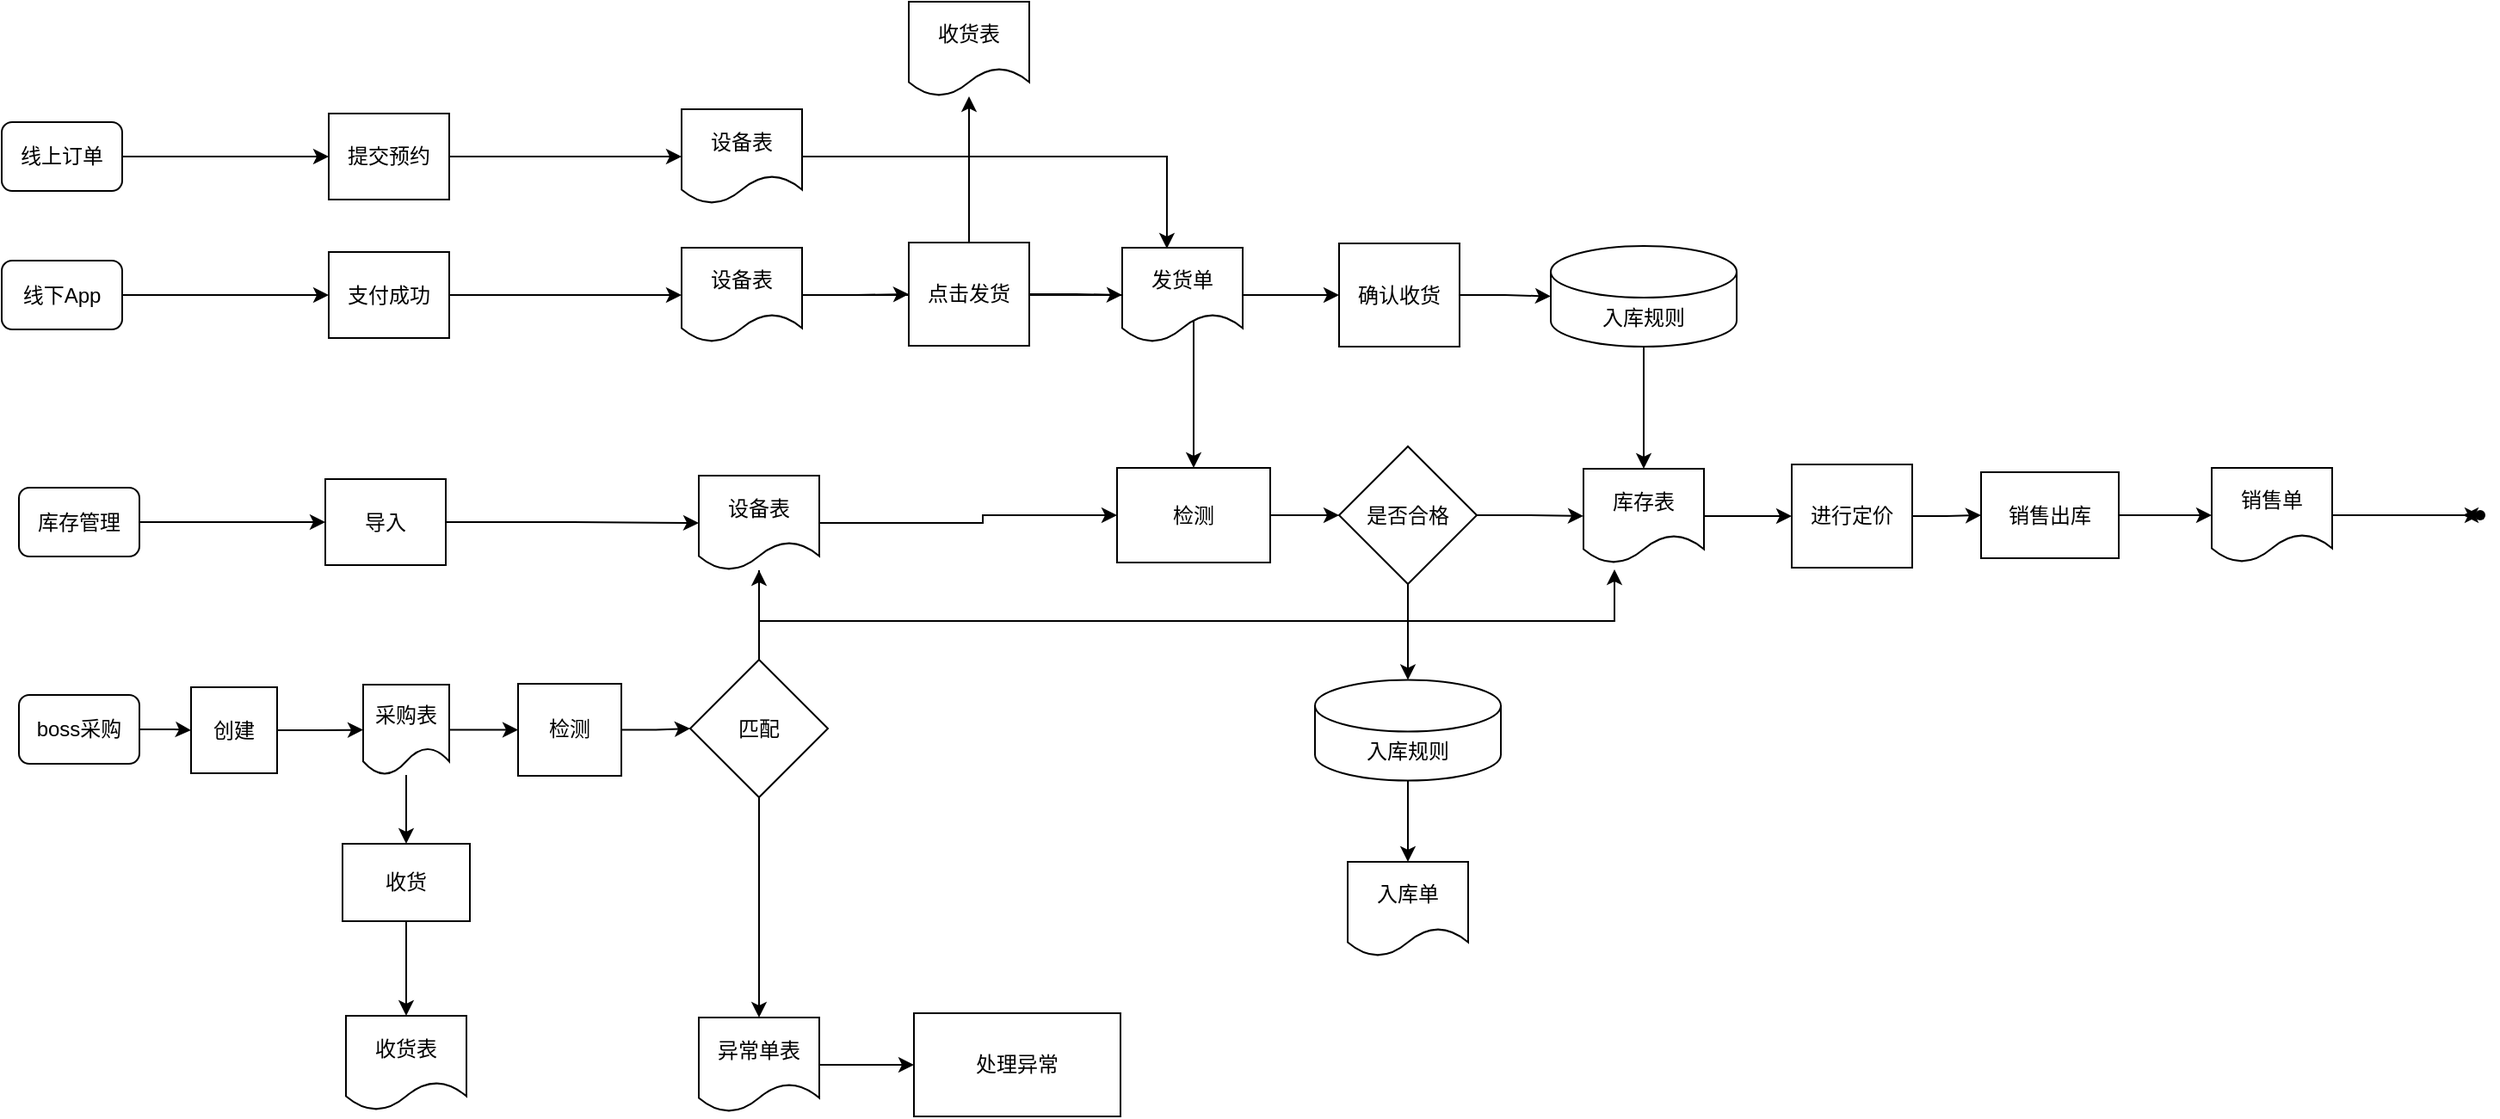
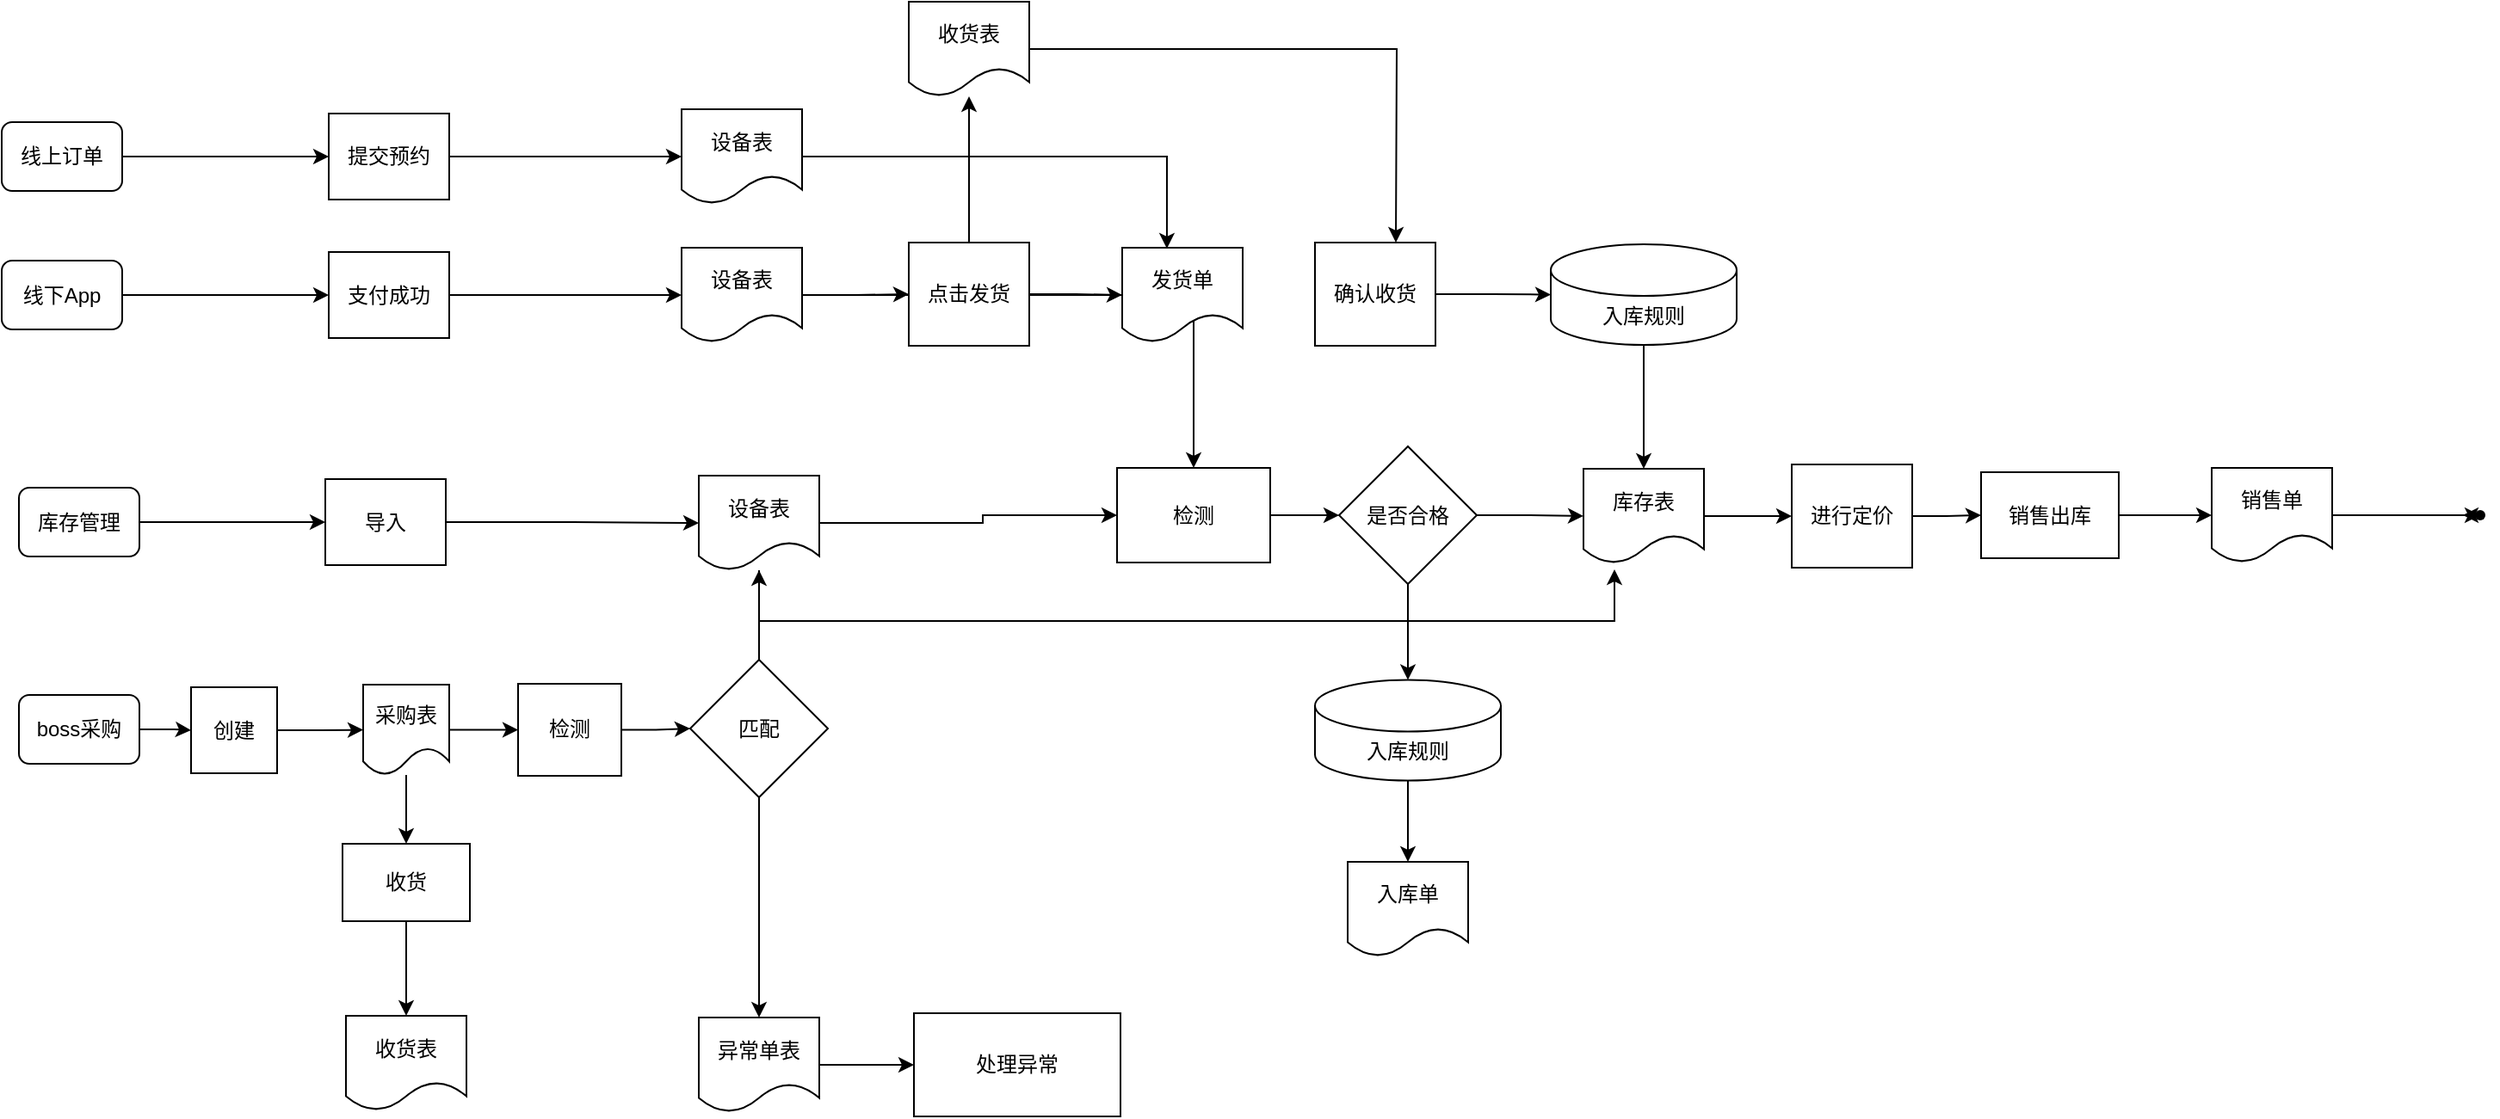
<mxfile host="app.diagrams.net">
  <diagram name="第 1 页" id="s3CgnVwbfZmktE_ADOAM">
    <mxGraphModel dx="1653" dy="738" grid="1" gridSize="10" guides="1" tooltips="1" connect="1" arrows="1" fold="1" page="1" pageScale="1" pageWidth="827" pageHeight="1169" math="0" shadow="0">
      <root>
        <mxCell id="0" />
        <mxCell id="1" parent="0" />
        <mxCell id="9bAV4iDaCewVaVFpZhyE-6" edge="1" parent="1" source="9bAV4iDaCewVaVFpZhyE-1" style="edgeStyle=orthogonalEdgeStyle;rounded=0;orthogonalLoop=1;jettySize=auto;html=1;entryX=0;entryY=0.5;entryDx=0;entryDy=0;" target="9bAV4iDaCewVaVFpZhyE-5">
          <mxGeometry relative="1" as="geometry" />
        </mxCell>
        <mxCell id="9bAV4iDaCewVaVFpZhyE-1" parent="1" style="rounded=1;whiteSpace=wrap;html=1;" value="线上订单" vertex="1">
          <mxGeometry height="40" width="70" x="100" y="200" as="geometry" />
        </mxCell>
        <mxCell id="9bAV4iDaCewVaVFpZhyE-8" edge="1" parent="1" source="9bAV4iDaCewVaVFpZhyE-2" style="edgeStyle=orthogonalEdgeStyle;rounded=0;orthogonalLoop=1;jettySize=auto;html=1;entryX=0;entryY=0.5;entryDx=0;entryDy=0;" target="9bAV4iDaCewVaVFpZhyE-7">
          <mxGeometry relative="1" as="geometry" />
        </mxCell>
        <mxCell id="9bAV4iDaCewVaVFpZhyE-2" parent="1" style="rounded=1;whiteSpace=wrap;html=1;" value="线下App" vertex="1">
          <mxGeometry height="40" width="70" x="100" y="280.5" as="geometry" />
        </mxCell>
        <mxCell id="9bAV4iDaCewVaVFpZhyE-18" edge="1" parent="1" source="9bAV4iDaCewVaVFpZhyE-4" style="edgeStyle=orthogonalEdgeStyle;rounded=0;orthogonalLoop=1;jettySize=auto;html=1;entryX=0;entryY=0.5;entryDx=0;entryDy=0;" target="9bAV4iDaCewVaVFpZhyE-17">
          <mxGeometry relative="1" as="geometry" />
        </mxCell>
        <mxCell id="9bAV4iDaCewVaVFpZhyE-4" parent="1" style="rounded=1;whiteSpace=wrap;html=1;" value="boss采购" vertex="1">
          <mxGeometry height="40" width="70" x="110" y="533" as="geometry" />
        </mxCell>
        <mxCell id="9bAV4iDaCewVaVFpZhyE-13" edge="1" parent="1" source="9bAV4iDaCewVaVFpZhyE-5" style="edgeStyle=orthogonalEdgeStyle;rounded=0;orthogonalLoop=1;jettySize=auto;html=1;entryX=0;entryY=0.5;entryDx=0;entryDy=0;" target="9bAV4iDaCewVaVFpZhyE-10">
          <mxGeometry relative="1" as="geometry" />
        </mxCell>
        <mxCell id="9bAV4iDaCewVaVFpZhyE-5" parent="1" style="rounded=0;whiteSpace=wrap;html=1;" value="提交预约" vertex="1">
          <mxGeometry height="50" width="70" x="290" y="195" as="geometry" />
        </mxCell>
        <mxCell id="9bAV4iDaCewVaVFpZhyE-14" edge="1" parent="1" source="9bAV4iDaCewVaVFpZhyE-7" style="edgeStyle=orthogonalEdgeStyle;rounded=0;orthogonalLoop=1;jettySize=auto;html=1;entryX=0;entryY=0.5;entryDx=0;entryDy=0;" target="9bAV4iDaCewVaVFpZhyE-11">
          <mxGeometry relative="1" as="geometry" />
        </mxCell>
        <mxCell id="9bAV4iDaCewVaVFpZhyE-7" parent="1" style="rounded=0;whiteSpace=wrap;html=1;" value="支付成功" vertex="1">
          <mxGeometry height="50" width="70" x="290" y="275.5" as="geometry" />
        </mxCell>
        <mxCell id="GVKssT9AvyQaVMVPeHK4-81" edge="1" parent="1" source="9bAV4iDaCewVaVFpZhyE-9" style="edgeStyle=orthogonalEdgeStyle;rounded=0;orthogonalLoop=1;jettySize=auto;html=1;" target="GVKssT9AvyQaVMVPeHK4-80" value="">
          <mxGeometry relative="1" as="geometry" />
        </mxCell>
        <mxCell id="9bAV4iDaCewVaVFpZhyE-9" parent="1" style="rounded=0;whiteSpace=wrap;html=1;" value="收货" vertex="1">
          <mxGeometry height="45" width="74" x="298" y="619.5" as="geometry" />
        </mxCell>
        <mxCell id="9bAV4iDaCewVaVFpZhyE-10" parent="1" style="shape=document;whiteSpace=wrap;html=1;boundedLbl=1;" value="设备表" vertex="1">
          <mxGeometry height="55" width="70" x="495" y="192.5" as="geometry" />
        </mxCell>
        <mxCell id="GVKssT9AvyQaVMVPeHK4-16" edge="1" parent="1" source="9bAV4iDaCewVaVFpZhyE-11" style="edgeStyle=orthogonalEdgeStyle;rounded=0;orthogonalLoop=1;jettySize=auto;html=1;entryX=0.5;entryY=0;entryDx=0;entryDy=0;" target="GVKssT9AvyQaVMVPeHK4-11">
          <mxGeometry relative="1" as="geometry" />
        </mxCell>
        <mxCell id="GVKssT9AvyQaVMVPeHK4-46" edge="1" parent="1" source="9bAV4iDaCewVaVFpZhyE-11" style="edgeStyle=orthogonalEdgeStyle;rounded=0;orthogonalLoop=1;jettySize=auto;html=1;entryX=0;entryY=0.5;entryDx=0;entryDy=0;" target="GVKssT9AvyQaVMVPeHK4-45">
          <mxGeometry relative="1" as="geometry" />
        </mxCell>
        <mxCell id="9bAV4iDaCewVaVFpZhyE-11" parent="1" style="shape=document;whiteSpace=wrap;html=1;boundedLbl=1;" value="设备表" vertex="1">
          <mxGeometry height="55" width="70" x="495" y="273" as="geometry" />
        </mxCell>
        <mxCell id="9bAV4iDaCewVaVFpZhyE-20" edge="1" parent="1" source="9bAV4iDaCewVaVFpZhyE-17" style="edgeStyle=orthogonalEdgeStyle;rounded=0;orthogonalLoop=1;jettySize=auto;html=1;entryX=0;entryY=0.5;entryDx=0;entryDy=0;" target="9bAV4iDaCewVaVFpZhyE-19">
          <mxGeometry relative="1" as="geometry" />
        </mxCell>
        <mxCell id="9bAV4iDaCewVaVFpZhyE-17" parent="1" style="rounded=0;whiteSpace=wrap;html=1;" value="创建" vertex="1">
          <mxGeometry height="50" width="50" x="210" y="528.5" as="geometry" />
        </mxCell>
        <mxCell id="GVKssT9AvyQaVMVPeHK4-70" edge="1" parent="1" source="9bAV4iDaCewVaVFpZhyE-19" style="edgeStyle=orthogonalEdgeStyle;rounded=0;orthogonalLoop=1;jettySize=auto;html=1;" target="9bAV4iDaCewVaVFpZhyE-9" value="">
          <mxGeometry relative="1" as="geometry" />
        </mxCell>
        <mxCell id="GVKssT9AvyQaVMVPeHK4-86" edge="1" parent="1" source="9bAV4iDaCewVaVFpZhyE-19" style="edgeStyle=orthogonalEdgeStyle;rounded=0;orthogonalLoop=1;jettySize=auto;html=1;" target="GVKssT9AvyQaVMVPeHK4-85" value="">
          <mxGeometry relative="1" as="geometry" />
        </mxCell>
        <mxCell id="9bAV4iDaCewVaVFpZhyE-19" parent="1" style="shape=document;whiteSpace=wrap;html=1;boundedLbl=1;" value="采购表" vertex="1">
          <mxGeometry height="52.5" width="50" x="310" y="527" as="geometry" />
        </mxCell>
        <mxCell id="GVKssT9AvyQaVMVPeHK4-67" edge="1" parent="1" source="GVKssT9AvyQaVMVPeHK4-10" style="edgeStyle=orthogonalEdgeStyle;rounded=0;orthogonalLoop=1;jettySize=auto;html=1;" target="GVKssT9AvyQaVMVPeHK4-13" value="">
          <mxGeometry relative="1" as="geometry" />
        </mxCell>
        <mxCell id="8hWod6TTKWvcKmEvH4T0-7" edge="1" parent="1" source="GVKssT9AvyQaVMVPeHK4-10" style="edgeStyle=orthogonalEdgeStyle;rounded=0;orthogonalLoop=1;jettySize=auto;html=1;" target="8hWod6TTKWvcKmEvH4T0-6" value="">
          <mxGeometry relative="1" as="geometry" />
        </mxCell>
        <mxCell id="GVKssT9AvyQaVMVPeHK4-10" parent="1" style="rhombus;whiteSpace=wrap;html=1;" value="是否合格" vertex="1">
          <mxGeometry height="80" width="80" x="877" y="388.5" as="geometry" />
        </mxCell>
        <mxCell id="GVKssT9AvyQaVMVPeHK4-74" edge="1" parent="1" source="GVKssT9AvyQaVMVPeHK4-11" style="edgeStyle=orthogonalEdgeStyle;rounded=0;orthogonalLoop=1;jettySize=auto;html=1;" target="GVKssT9AvyQaVMVPeHK4-10" value="">
          <mxGeometry relative="1" as="geometry" />
        </mxCell>
        <mxCell id="GVKssT9AvyQaVMVPeHK4-11" parent="1" style="rounded=0;whiteSpace=wrap;html=1;" value="&lt;span style=&quot;text-align: left;&quot;&gt;检测&lt;/span&gt;" vertex="1">
          <mxGeometry height="55" width="89" x="748" y="401" as="geometry" />
        </mxCell>
        <mxCell id="GVKssT9AvyQaVMVPeHK4-60" edge="1" parent="1" source="GVKssT9AvyQaVMVPeHK4-13" style="edgeStyle=orthogonalEdgeStyle;rounded=0;orthogonalLoop=1;jettySize=auto;html=1;" target="GVKssT9AvyQaVMVPeHK4-19" value="">
          <mxGeometry relative="1" as="geometry" />
        </mxCell>
        <mxCell id="GVKssT9AvyQaVMVPeHK4-13" parent="1" style="shape=document;whiteSpace=wrap;html=1;boundedLbl=1;" value="库存表" vertex="1">
          <mxGeometry height="55" width="70" x="1019" y="401.5" as="geometry" />
        </mxCell>
        <mxCell id="GVKssT9AvyQaVMVPeHK4-22" edge="1" parent="1" source="GVKssT9AvyQaVMVPeHK4-19" style="edgeStyle=orthogonalEdgeStyle;rounded=0;orthogonalLoop=1;jettySize=auto;html=1;" target="GVKssT9AvyQaVMVPeHK4-21" value="">
          <mxGeometry relative="1" as="geometry" />
        </mxCell>
        <mxCell id="GVKssT9AvyQaVMVPeHK4-19" parent="1" style="rounded=0;whiteSpace=wrap;html=1;" value="进行定价" vertex="1">
          <mxGeometry height="60" width="70" x="1140" y="399" as="geometry" />
        </mxCell>
        <mxCell id="GVKssT9AvyQaVMVPeHK4-25" edge="1" parent="1" source="GVKssT9AvyQaVMVPeHK4-21" style="edgeStyle=orthogonalEdgeStyle;rounded=0;orthogonalLoop=1;jettySize=auto;html=1;" target="GVKssT9AvyQaVMVPeHK4-24" value="">
          <mxGeometry relative="1" as="geometry" />
        </mxCell>
        <mxCell id="GVKssT9AvyQaVMVPeHK4-21" parent="1" style="whiteSpace=wrap;html=1;rounded=0;" value="销售出库" vertex="1">
          <mxGeometry height="50" width="80" x="1250" y="403.5" as="geometry" />
        </mxCell>
        <mxCell id="GVKssT9AvyQaVMVPeHK4-62" edge="1" parent="1" source="GVKssT9AvyQaVMVPeHK4-61" style="edgeStyle=orthogonalEdgeStyle;rounded=0;orthogonalLoop=1;jettySize=auto;html=1;" value="">
          <mxGeometry relative="1" as="geometry">
            <mxPoint x="1530" y="429" as="targetPoint" />
          </mxGeometry>
        </mxCell>
        <mxCell id="GVKssT9AvyQaVMVPeHK4-24" parent="1" style="shape=document;whiteSpace=wrap;html=1;boundedLbl=1;" value="销售单" vertex="1">
          <mxGeometry height="55" width="70" x="1384" y="401" as="geometry" />
        </mxCell>
-         <mxCell id="GVKssT9AvyQaVMVPeHK4-50" edge="1" parent="1" source="GVKssT9AvyQaVMVPeHK4-26" style="edgeStyle=orthogonalEdgeStyle;rounded=0;orthogonalLoop=1;jettySize=auto;html=1;" target="GVKssT9AvyQaVMVPeHK4-49" value="">
-           <mxGeometry relative="1" as="geometry" />
-         </mxCell>
        <mxCell id="GVKssT9AvyQaVMVPeHK4-26" parent="1" style="shape=document;whiteSpace=wrap;html=1;boundedLbl=1;" value="发货单" vertex="1">
          <mxGeometry height="55" width="70" x="751" y="273" as="geometry" />
        </mxCell>
        <mxCell id="GVKssT9AvyQaVMVPeHK4-30" edge="1" parent="1" source="9bAV4iDaCewVaVFpZhyE-2" style="edgeStyle=orthogonalEdgeStyle;rounded=0;orthogonalLoop=1;jettySize=auto;html=1;exitX=0.5;exitY=1;exitDx=0;exitDy=0;" target="9bAV4iDaCewVaVFpZhyE-2">
          <mxGeometry relative="1" as="geometry" />
        </mxCell>
        <mxCell id="GVKssT9AvyQaVMVPeHK4-31" edge="1" parent="1" style="edgeStyle=orthogonalEdgeStyle;rounded=0;orthogonalLoop=1;jettySize=auto;html=1;exitX=0.5;exitY=1;exitDx=0;exitDy=0;">
          <mxGeometry relative="1" as="geometry">
            <mxPoint x="200" y="390" as="sourcePoint" />
            <mxPoint x="200" y="390" as="targetPoint" />
          </mxGeometry>
        </mxCell>
        <mxCell id="GVKssT9AvyQaVMVPeHK4-34" edge="1" parent="1" source="GVKssT9AvyQaVMVPeHK4-32" style="edgeStyle=orthogonalEdgeStyle;rounded=0;orthogonalLoop=1;jettySize=auto;html=1;entryX=0;entryY=0.5;entryDx=0;entryDy=0;" target="GVKssT9AvyQaVMVPeHK4-33">
          <mxGeometry relative="1" as="geometry" />
        </mxCell>
        <mxCell id="GVKssT9AvyQaVMVPeHK4-32" parent="1" style="rounded=1;whiteSpace=wrap;html=1;" value="库存管理" vertex="1">
          <mxGeometry height="40" width="70" x="110" y="412.5" as="geometry" />
        </mxCell>
        <mxCell id="GVKssT9AvyQaVMVPeHK4-33" parent="1" style="rounded=0;whiteSpace=wrap;html=1;" value="导入" vertex="1">
          <mxGeometry height="50" width="70" x="288" y="407.5" as="geometry" />
        </mxCell>
        <mxCell id="GVKssT9AvyQaVMVPeHK4-39" edge="1" parent="1" style="edgeStyle=orthogonalEdgeStyle;rounded=0;orthogonalLoop=1;jettySize=auto;html=1;exitX=0.5;exitY=1;exitDx=0;exitDy=0;">
          <mxGeometry relative="1" as="geometry">
            <mxPoint x="133" y="453.5" as="sourcePoint" />
            <mxPoint x="133" y="453.5" as="targetPoint" />
          </mxGeometry>
        </mxCell>
        <mxCell id="GVKssT9AvyQaVMVPeHK4-75" edge="1" parent="1" source="GVKssT9AvyQaVMVPeHK4-40" style="edgeStyle=orthogonalEdgeStyle;rounded=0;orthogonalLoop=1;jettySize=auto;html=1;">
          <mxGeometry relative="1" as="geometry">
            <Array as="points">
              <mxPoint x="540" y="490" />
              <mxPoint x="1037" y="490" />
            </Array>
            <mxPoint x="1037" y="460" as="targetPoint" />
          </mxGeometry>
        </mxCell>
        <mxCell id="GVKssT9AvyQaVMVPeHK4-94" edge="1" parent="1" source="GVKssT9AvyQaVMVPeHK4-40" style="edgeStyle=orthogonalEdgeStyle;rounded=0;orthogonalLoop=1;jettySize=auto;html=1;entryX=0;entryY=0.5;entryDx=0;entryDy=0;" target="GVKssT9AvyQaVMVPeHK4-11">
          <mxGeometry relative="1" as="geometry">
            <Array as="points">
              <mxPoint x="670" y="433" />
              <mxPoint x="670" y="429" />
            </Array>
          </mxGeometry>
        </mxCell>
        <mxCell id="GVKssT9AvyQaVMVPeHK4-40" parent="1" style="shape=document;whiteSpace=wrap;html=1;boundedLbl=1;" value="设备表" vertex="1">
          <mxGeometry height="55" width="70" x="505" y="405.5" as="geometry" />
        </mxCell>
        <mxCell id="GVKssT9AvyQaVMVPeHK4-41" edge="1" parent="1" source="GVKssT9AvyQaVMVPeHK4-33" style="edgeStyle=orthogonalEdgeStyle;rounded=0;orthogonalLoop=1;jettySize=auto;html=1;entryX=0;entryY=0.5;entryDx=0;entryDy=0;" target="GVKssT9AvyQaVMVPeHK4-40">
          <mxGeometry relative="1" as="geometry" />
        </mxCell>
        <mxCell id="GVKssT9AvyQaVMVPeHK4-47" edge="1" parent="1" source="GVKssT9AvyQaVMVPeHK4-45" style="edgeStyle=orthogonalEdgeStyle;rounded=0;orthogonalLoop=1;jettySize=auto;html=1;entryX=0;entryY=0.5;entryDx=0;entryDy=0;" target="GVKssT9AvyQaVMVPeHK4-26">
          <mxGeometry relative="1" as="geometry" />
        </mxCell>
        <mxCell id="8hWod6TTKWvcKmEvH4T0-10" edge="1" parent="1" source="GVKssT9AvyQaVMVPeHK4-45" style="edgeStyle=orthogonalEdgeStyle;rounded=0;orthogonalLoop=1;jettySize=auto;html=1;" target="8hWod6TTKWvcKmEvH4T0-9" value="">
          <mxGeometry relative="1" as="geometry" />
        </mxCell>
        <mxCell id="GVKssT9AvyQaVMVPeHK4-45" parent="1" style="rounded=0;whiteSpace=wrap;html=1;" value="点击发货" vertex="1">
          <mxGeometry height="60" width="70" x="627" y="270" as="geometry" />
        </mxCell>
        <mxCell id="GVKssT9AvyQaVMVPeHK4-48" edge="1" parent="1" source="9bAV4iDaCewVaVFpZhyE-10" style="edgeStyle=orthogonalEdgeStyle;rounded=0;orthogonalLoop=1;jettySize=auto;html=1;entryX=0.371;entryY=0.009;entryDx=0;entryDy=0;entryPerimeter=0;" target="GVKssT9AvyQaVMVPeHK4-26">
          <mxGeometry relative="1" as="geometry" />
        </mxCell>
        <mxCell id="8hWod6TTKWvcKmEvH4T0-12" edge="1" parent="1" source="GVKssT9AvyQaVMVPeHK4-49" style="edgeStyle=orthogonalEdgeStyle;rounded=0;orthogonalLoop=1;jettySize=auto;html=1;" target="8hWod6TTKWvcKmEvH4T0-11" value="">
          <mxGeometry relative="1" as="geometry" />
        </mxCell>
        <mxCell id="GVKssT9AvyQaVMVPeHK4-49" parent="1" style="whiteSpace=wrap;html=1;" value="确认收货" vertex="1">
-           <mxGeometry height="60" width="70" x="877" y="270.5" as="geometry" />
+           <mxGeometry height="60" width="70" x="863" y="270" as="geometry" />
        </mxCell>
        <mxCell id="GVKssT9AvyQaVMVPeHK4-65" edge="1" parent="1" source="GVKssT9AvyQaVMVPeHK4-24" style="edgeStyle=orthogonalEdgeStyle;rounded=0;orthogonalLoop=1;jettySize=auto;html=1;" target="GVKssT9AvyQaVMVPeHK4-61" value="">
          <mxGeometry relative="1" as="geometry">
            <mxPoint x="1454" y="429" as="sourcePoint" />
            <mxPoint x="1530" y="429" as="targetPoint" />
          </mxGeometry>
        </mxCell>
        <mxCell id="GVKssT9AvyQaVMVPeHK4-61" parent="1" style="shape=waypoint;sketch=0;size=6;pointerEvents=1;points=[];fillColor=default;resizable=0;rotatable=0;perimeter=centerPerimeter;snapToPoint=1;" value="" vertex="1">
          <mxGeometry height="20" width="20" x="1530" y="418.5" as="geometry" />
        </mxCell>
        <mxCell id="GVKssT9AvyQaVMVPeHK4-80" parent="1" style="shape=document;whiteSpace=wrap;html=1;boundedLbl=1;" value="收货表" vertex="1">
          <mxGeometry height="55" width="70" x="300" y="719.5" as="geometry" />
        </mxCell>
        <mxCell id="GVKssT9AvyQaVMVPeHK4-88" edge="1" parent="1" source="GVKssT9AvyQaVMVPeHK4-85" style="edgeStyle=orthogonalEdgeStyle;rounded=0;orthogonalLoop=1;jettySize=auto;html=1;" target="GVKssT9AvyQaVMVPeHK4-87" value="">
          <mxGeometry relative="1" as="geometry" />
        </mxCell>
        <mxCell id="GVKssT9AvyQaVMVPeHK4-85" parent="1" style="rounded=0;whiteSpace=wrap;html=1;" value="&lt;span style=&quot;text-align: left;&quot;&gt;检测&lt;/span&gt;" vertex="1">
          <mxGeometry height="53.5" width="60" x="400" y="526.5" as="geometry" />
        </mxCell>
        <mxCell id="GVKssT9AvyQaVMVPeHK4-91" edge="1" parent="1" source="GVKssT9AvyQaVMVPeHK4-87" style="edgeStyle=orthogonalEdgeStyle;rounded=0;orthogonalLoop=1;jettySize=auto;html=1;" target="GVKssT9AvyQaVMVPeHK4-40" value="">
          <mxGeometry relative="1" as="geometry" />
        </mxCell>
        <mxCell id="GVKssT9AvyQaVMVPeHK4-93" edge="1" parent="1" source="GVKssT9AvyQaVMVPeHK4-87" style="edgeStyle=orthogonalEdgeStyle;rounded=0;orthogonalLoop=1;jettySize=auto;html=1;entryX=0.5;entryY=0;entryDx=0;entryDy=0;" target="GVKssT9AvyQaVMVPeHK4-92">
          <mxGeometry relative="1" as="geometry" />
        </mxCell>
        <mxCell id="GVKssT9AvyQaVMVPeHK4-87" parent="1" style="rhombus;whiteSpace=wrap;html=1;" value="匹配" vertex="1">
          <mxGeometry height="80" width="80" x="500" y="512.5" as="geometry" />
        </mxCell>
        <mxCell id="GVKssT9AvyQaVMVPeHK4-96" edge="1" parent="1" source="GVKssT9AvyQaVMVPeHK4-92" style="edgeStyle=orthogonalEdgeStyle;rounded=0;orthogonalLoop=1;jettySize=auto;html=1;" target="GVKssT9AvyQaVMVPeHK4-95" value="">
          <mxGeometry relative="1" as="geometry" />
        </mxCell>
        <mxCell id="GVKssT9AvyQaVMVPeHK4-92" parent="1" style="shape=document;whiteSpace=wrap;html=1;boundedLbl=1;" value="异常单表" vertex="1">
          <mxGeometry height="55" width="70" x="505" y="720.5" as="geometry" />
        </mxCell>
        <mxCell id="GVKssT9AvyQaVMVPeHK4-95" parent="1" style="whiteSpace=wrap;html=1;" value="处理异常" vertex="1">
          <mxGeometry height="60" width="120" x="630" y="718" as="geometry" />
        </mxCell>
        <mxCell id="8hWod6TTKWvcKmEvH4T0-4" parent="1" style="shape=document;whiteSpace=wrap;html=1;boundedLbl=1;" value="入库单" vertex="1">
          <mxGeometry height="55" width="70" x="882" y="630" as="geometry" />
        </mxCell>
        <mxCell id="8hWod6TTKWvcKmEvH4T0-8" edge="1" parent="1" source="8hWod6TTKWvcKmEvH4T0-6" style="edgeStyle=orthogonalEdgeStyle;rounded=0;orthogonalLoop=1;jettySize=auto;html=1;" target="8hWod6TTKWvcKmEvH4T0-4" value="">
          <mxGeometry relative="1" as="geometry" />
        </mxCell>
        <mxCell id="8hWod6TTKWvcKmEvH4T0-6" parent="1" style="shape=cylinder3;whiteSpace=wrap;html=1;boundedLbl=1;backgroundOutline=1;size=15;" value="入库规则" vertex="1">
          <mxGeometry height="58.5" width="108" x="863" y="524.25" as="geometry" />
        </mxCell>
+         <mxCell id="8hWod6TTKWvcKmEvH4T0-14" edge="1" parent="1" source="8hWod6TTKWvcKmEvH4T0-9" style="edgeStyle=orthogonalEdgeStyle;rounded=0;orthogonalLoop=1;jettySize=auto;html=1;">
+           <mxGeometry relative="1" as="geometry">
+             <mxPoint x="910" y="270" as="targetPoint" />
+           </mxGeometry>
+         </mxCell>
        <mxCell id="8hWod6TTKWvcKmEvH4T0-9" parent="1" style="shape=document;whiteSpace=wrap;html=1;boundedLbl=1;" value="收货表" vertex="1">
          <mxGeometry height="55" width="70" x="627" y="130" as="geometry" />
        </mxCell>
        <mxCell id="8hWod6TTKWvcKmEvH4T0-13" edge="1" parent="1" source="8hWod6TTKWvcKmEvH4T0-11" style="edgeStyle=orthogonalEdgeStyle;rounded=0;orthogonalLoop=1;jettySize=auto;html=1;" target="GVKssT9AvyQaVMVPeHK4-13" value="">
          <mxGeometry relative="1" as="geometry" />
        </mxCell>
        <mxCell id="8hWod6TTKWvcKmEvH4T0-11" parent="1" style="shape=cylinder3;whiteSpace=wrap;html=1;boundedLbl=1;backgroundOutline=1;size=15;" value="入库规则" vertex="1">
-           <mxGeometry height="58.5" width="108" x="1000" y="272" as="geometry" />
+           <mxGeometry height="58.5" width="108" x="1000" y="271" as="geometry" />
        </mxCell>
      </root>
    </mxGraphModel>
  </diagram>
</mxfile>
